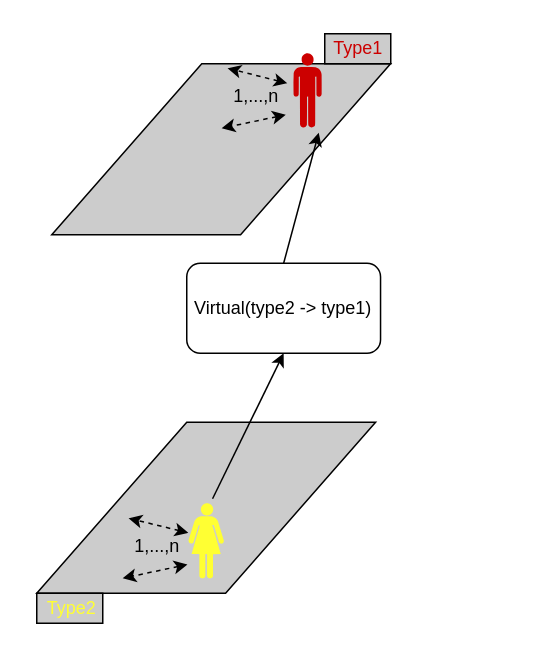
This is docs/images/VirtualTransformation.drawio from josura/c2c-sepia, a draw.io file, before an edit. Source tidied: cells renumbered, new cells numbered last; positions are measured from the earlier drawing's top-left corner, leaving out a move shared by most shapes. Both pictures are drawn from the tidied source at 150%, with x=0, y=0 at pixel (26, 26).
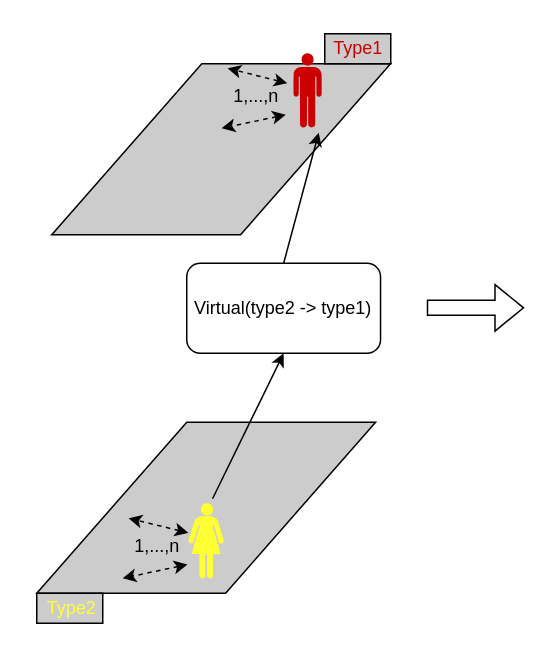
Above is the later version.

Change to the diagram source:
```diff
@@
+    <mxCell id="19" style="endArrow=classic;startArrow=none;html=1;rounded=0;startFill=0;shape=flexArrow;" parent="1" edge="1">
+      <mxGeometry relative="1" as="geometry">
+        <mxPoint x="267" y="187.7" as="sourcePoint" />
+        <mxPoint x="332" y="187.7" as="targetPoint" />
+      </mxGeometry>
+    </mxCell>
```
